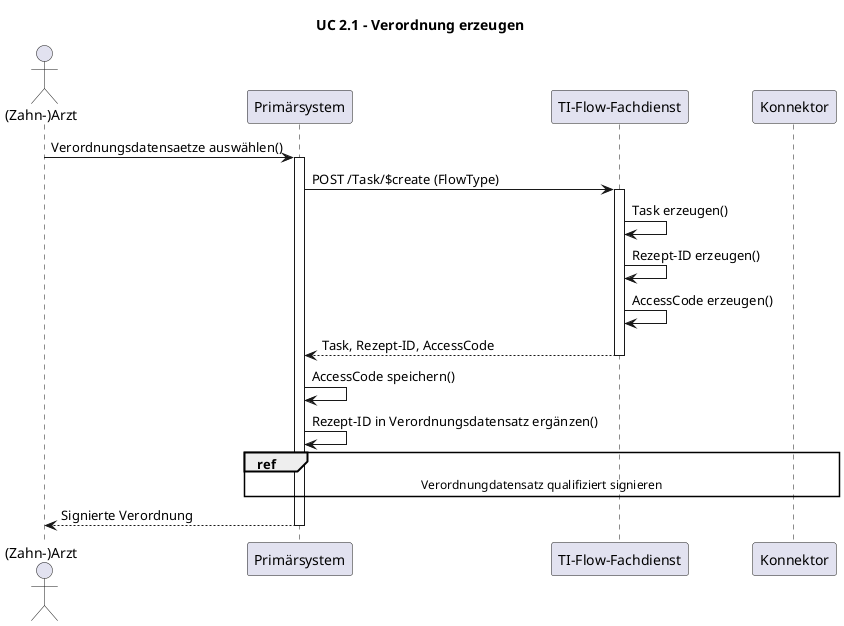
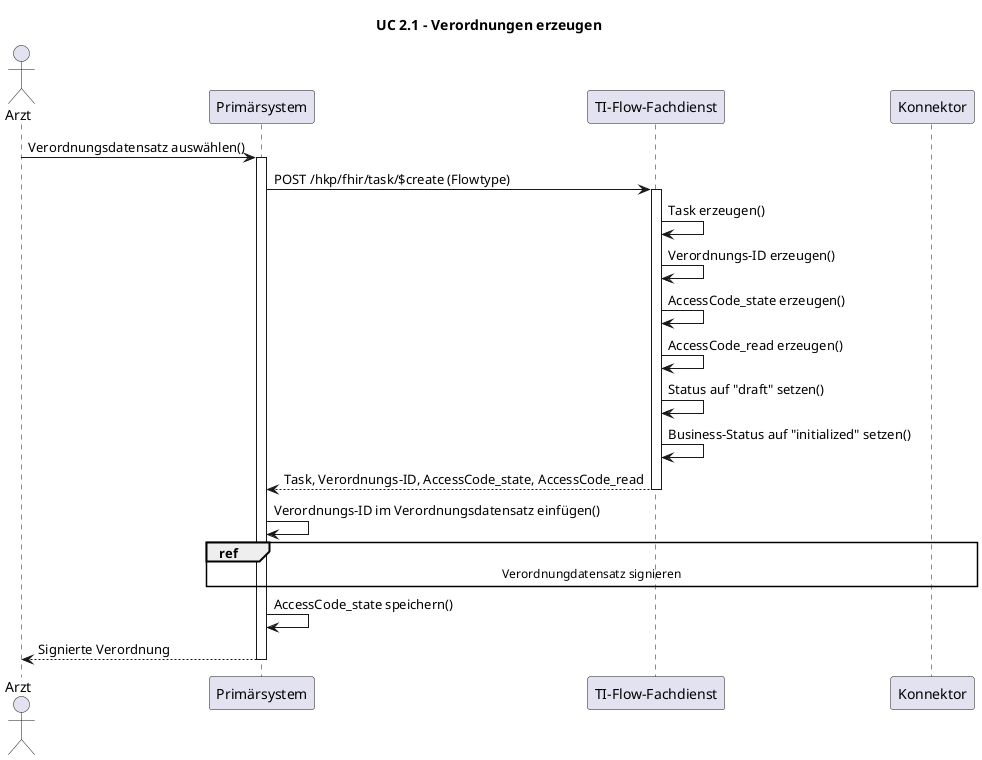
@startuml
- title UC 2.1 - Verordnung erzeugen
+ title UC 2.1 - Verordnungen erzeugen

- actor "(Zahn-)Arzt" as Arzt
+ actor "Arzt" as Arzt
participant "Primärsystem" as PS
participant "TI-Flow-Fachdienst" as FD
participant "Konnektor" as K

- Arzt -> PS: Verordnungsdatensaetze auswählen()
+ Arzt -> PS: Verordnungsdatensatz auswählen()
activate PS

- PS -> FD: POST /Task/$create (FlowType)
+ PS -> FD: POST /hkp/fhir/task/$create (Flowtype)
activate FD
FD -> FD: Task erzeugen()
- FD -> FD: Rezept-ID erzeugen()
- FD -> FD: AccessCode erzeugen()
- FD --> PS: Task, Rezept-ID, AccessCode
+ FD -> FD: Verordnungs-ID erzeugen()
+ FD -> FD: AccessCode_state erzeugen()
+ FD -> FD: AccessCode_read erzeugen()
+ FD -> FD: Status auf "draft" setzen()
+ FD -> FD: Business-Status auf "initialized" setzen()
+ FD --> PS: Task, Verordnungs-ID, AccessCode_state, AccessCode_read
deactivate FD

- PS -> PS: AccessCode speichern()
- PS -> PS: Rezept-ID in Verordnungsdatensatz ergänzen()
+ PS -> PS: Verordnungs-ID im Verordnungsdatensatz einfügen()

- ref over PS, K: Verordnungdatensatz qualifiziert signieren
+ ref over PS, K: Verordnungdatensatz signieren

+ PS -> PS: AccessCode_state speichern()
PS --> Arzt: Signierte Verordnung
deactivate PS

- @enduml
+ @enduml